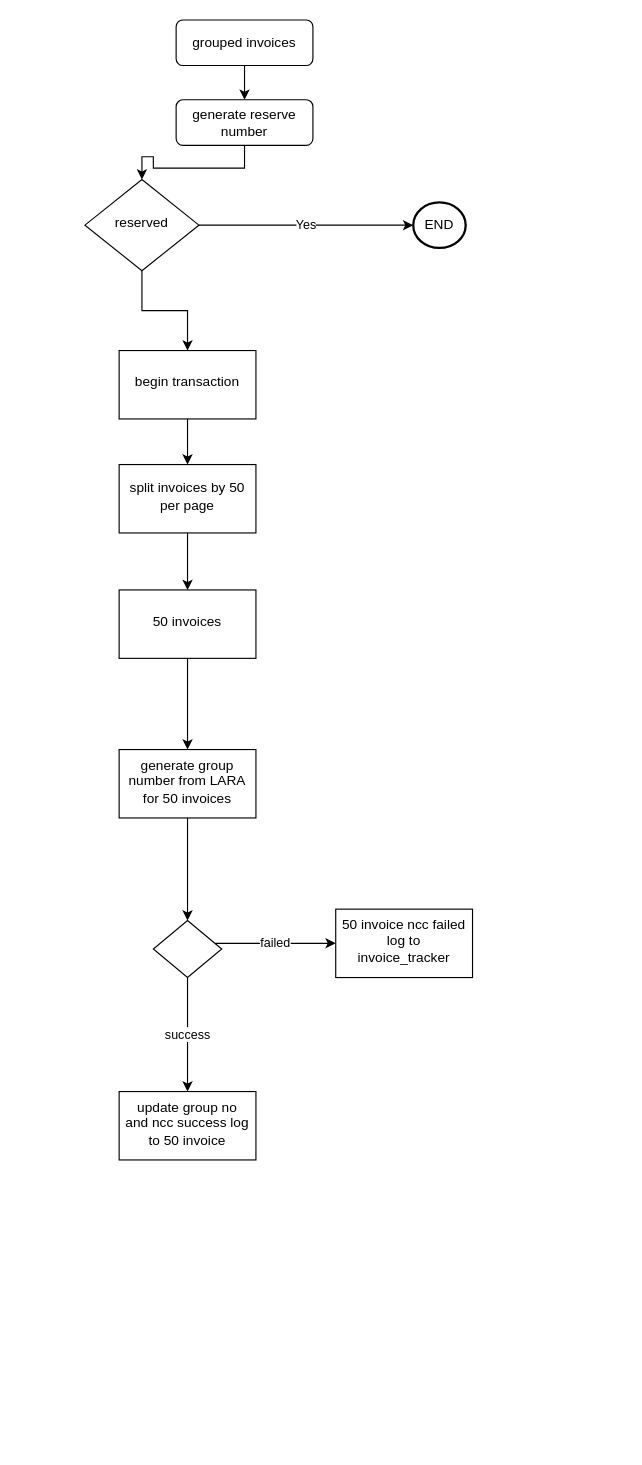
Above: ncc_flow.drawio in yi2003/diagram (draw.io), before the change. Source tidied: cells renumbered, new cells numbered last; positions are measured from the earlier drawing's top-left corner, leaving out a move shared by most shapes. Both pictures are drawn from the tidied source at 114%, with x=0, y=0 at pixel (84, 19).
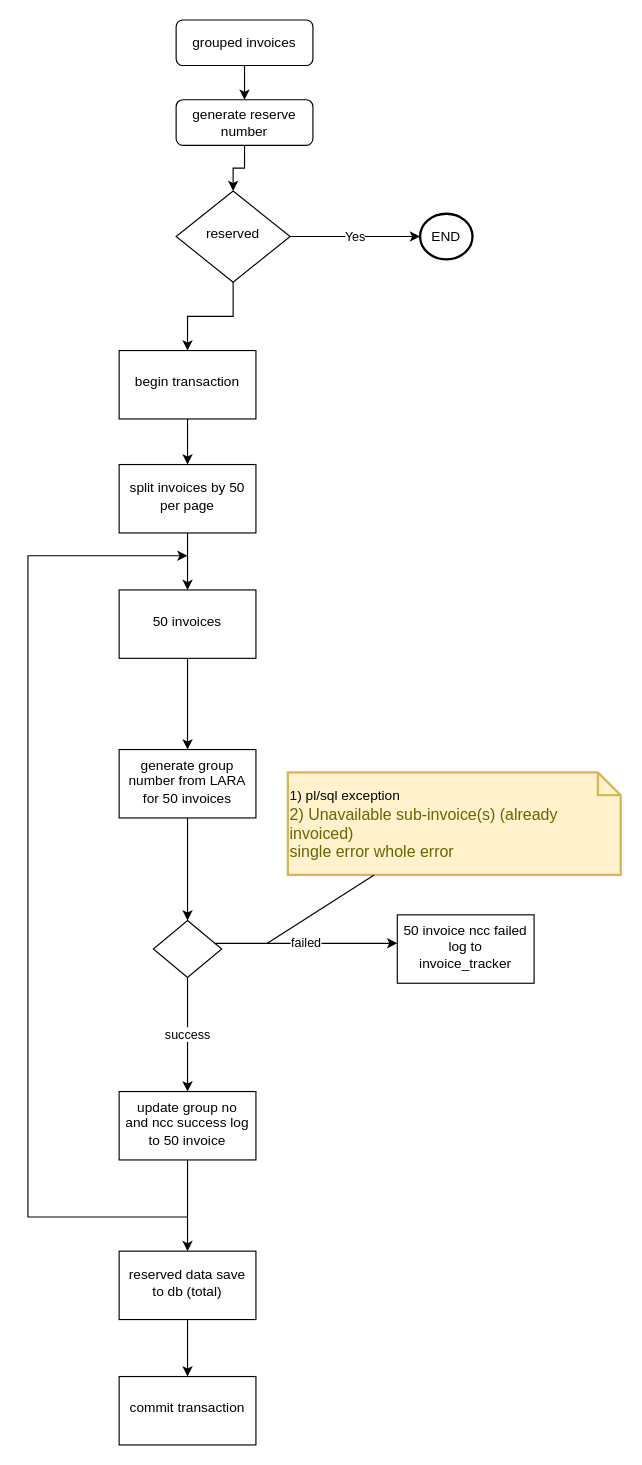
The same page after the edit.

The change refers to these unchanged cells:
```xml
<mxCell id="22" value="update group no and ncc success log to 50 invoice" style="whiteSpace=wrap;html=1;shadow=0;strokeWidth=1;spacing=6;spacingTop=-4;" parent="1" vertex="1">
  <mxGeometry x="30" y="940" width="120" height="60" as="geometry" />
</mxCell>
```

What changed in the source:
```diff
@@
     <mxCell id="6" value="reserved" style="rhombus;whiteSpace=wrap;html=1;shadow=0;fontFamily=Helvetica;fontSize=12;align=center;strokeWidth=1;spacing=6;spacingTop=-4;" parent="1" vertex="1">
-      <mxGeometry y="140" width="100" height="80" as="geometry" />
+      <mxGeometry x="80" y="150" width="100" height="80" as="geometry" />
     </mxCell>
@@
     <mxCell id="9" value="END" style="strokeWidth=2;html=1;shape=mxgraph.flowchart.start_2;whiteSpace=wrap;" parent="1" vertex="1">
-      <mxGeometry x="288" y="160" width="46" height="40" as="geometry" />
+      <mxGeometry x="294" y="170" width="46" height="40" as="geometry" />
     </mxCell>
@@
     <mxCell id="21" value="50 invoice ncc failed log to invoice_tracker" style="whiteSpace=wrap;html=1;shadow=0;strokeWidth=1;spacing=6;spacingTop=-4;" parent="1" vertex="1">
-      <mxGeometry x="220" y="780" width="120" height="60" as="geometry" />
+      <mxGeometry x="274" y="785" width="120" height="60" as="geometry" />
     </mxCell>
+    <mxCell id="23" style="edgeStyle=orthogonalEdgeStyle;rounded=0;jettySize=auto;html=1;" parent="1" edge="1" source="22" target="27">
+      <mxGeometry relative="1" as="geometry" />
+    </mxCell>
@@
+    <mxCell id="24" value="&lt;font color=&quot;#000000&quot;&gt;&lt;span style=&quot;font-size: 12px;&quot;&gt;1) pl/sql exception&lt;/span&gt;&lt;/font&gt;&amp;nbsp;&lt;br&gt;2)&amp;nbsp;Unavailable sub-invoice(s) (already invoiced)&lt;br&gt;single error whole error" style="shape=note;strokeWidth=2;fontSize=14;size=20;whiteSpace=wrap;html=1;fillColor=#fff2cc;strokeColor=#d6b656;fontColor=#666600;align=left;" parent="1" vertex="1">
+      <mxGeometry x="178" y="660" width="292" height="90" as="geometry" />
+    </mxCell>
+    <mxCell id="25" style="endArrow=none;html=1;rounded=0;" parent="1" edge="1" target="24">
+      <mxGeometry relative="1" as="geometry">
+        <mxPoint x="160" y="810" as="sourcePoint" />
+      </mxGeometry>
+    </mxCell>
+    <mxCell id="26" style="edgeStyle=orthogonalEdgeStyle;rounded=0;jettySize=auto;html=1;" parent="1" edge="1" source="27" target="28">
+      <mxGeometry relative="1" as="geometry" />
+    </mxCell>
+    <mxCell id="27" value="reserved data save to db (total)" style="whiteSpace=wrap;html=1;shadow=0;strokeWidth=1;spacing=6;spacingTop=-4;" parent="1" vertex="1">
+      <mxGeometry x="30" y="1080" width="120" height="60" as="geometry" />
+    </mxCell>
+    <mxCell id="28" value="commit transaction" style="whiteSpace=wrap;html=1;shadow=0;strokeWidth=1;spacing=6;spacingTop=-4;" parent="1" vertex="1">
+      <mxGeometry x="30" y="1190" width="120" height="60" as="geometry" />
+    </mxCell>
+    <mxCell id="29" style="endArrow=classic;html=1;rounded=0;" parent="1" edge="1">
+      <mxGeometry relative="1" as="geometry">
+        <mxPoint x="90" y="1050" as="sourcePoint" />
+        <mxPoint x="90" y="470" as="targetPoint" />
+        <Array as="points">
+          <mxPoint x="-50" y="1050" />
+          <mxPoint x="-50" y="470" />
+        </Array>
+      </mxGeometry>
+    </mxCell>
```
